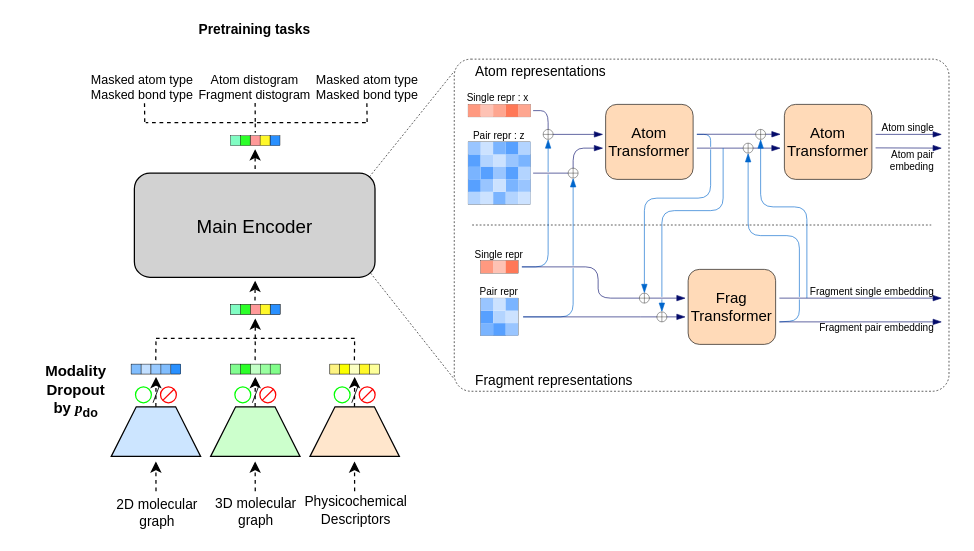
Before: gmol_ligonly_architecture.drawio in rladbtls1998/public_temp, a draw.io diagram. Source tidied: cells renumbered, new cells numbered last; positions are measured from the earlier drawing's top-left corner, leaving out a move shared by most shapes. Both pictures are drawn from the tidied source at 125%, with x=0, y=0 at pixel (21, 22).
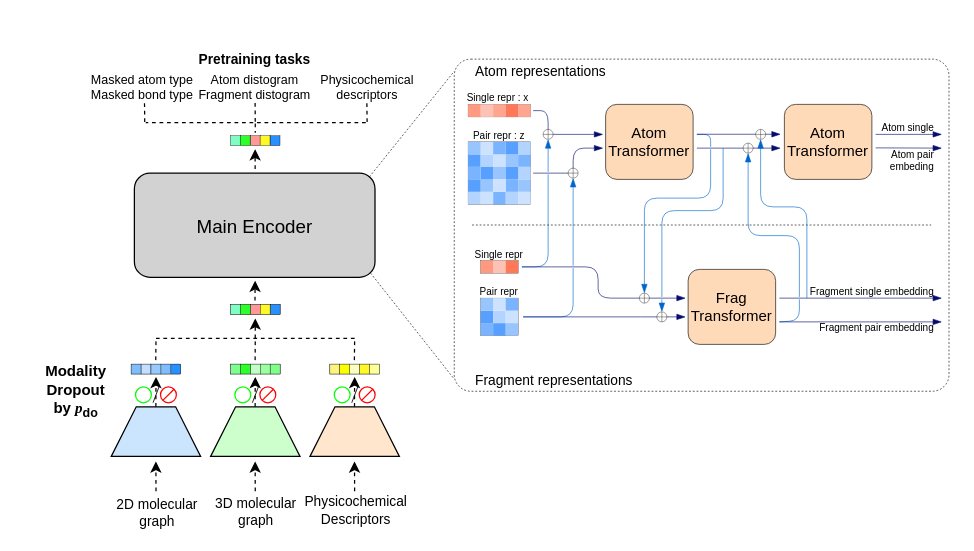
The same diagram, later.

Change to the diagram source:
```diff
@@
     <mxCell id="188" value="Pretraining tasks" style="text;html=1;align=center;verticalAlign=middle;whiteSpace=wrap;rounded=0;fontSize=11;fontStyle=1;" parent="1" vertex="1">
-      <mxGeometry x="128.7" width="115.1" height="10" as="geometry" />
+      <mxGeometry x="128.7" y="24" width="115.1" height="10" as="geometry" />
     </mxCell>
@@
-    <mxCell id="190" value="Masked atom type&lt;div&gt;Masked bond type&lt;/div&gt;" style="text;html=1;align=center;verticalAlign=middle;whiteSpace=wrap;rounded=0;fontSize=10;" parent="1" vertex="1">
+    <mxCell id="190" value="Physicochemical&lt;br&gt;descriptors" style="text;html=1;align=center;verticalAlign=middle;whiteSpace=wrap;rounded=0;fontSize=10;" parent="1" vertex="1">
       <mxGeometry x="226" y="40" width="101" height="22" as="geometry" />
     </mxCell>
```
